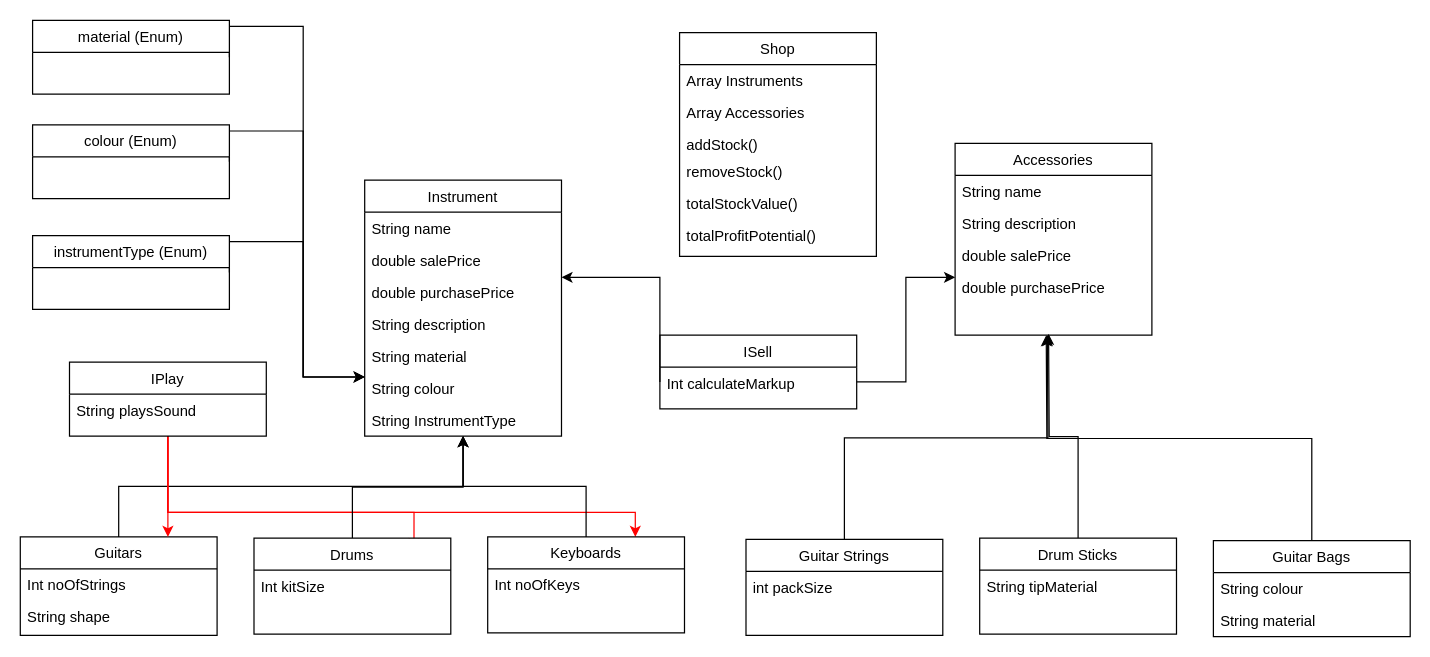
The draw.io diagram Class_Diagram.drawio in M5FGN/codeclan_homework_week12_weekend_music_shop, before the edit. Source tidied: cells renumbered, new cells numbered last; positions are measured from the earlier drawing's top-left corner, leaving out a move shared by most shapes. Both pictures are drawn from the tidied source at 123%, with x=0, y=0 at pixel (20, 20).
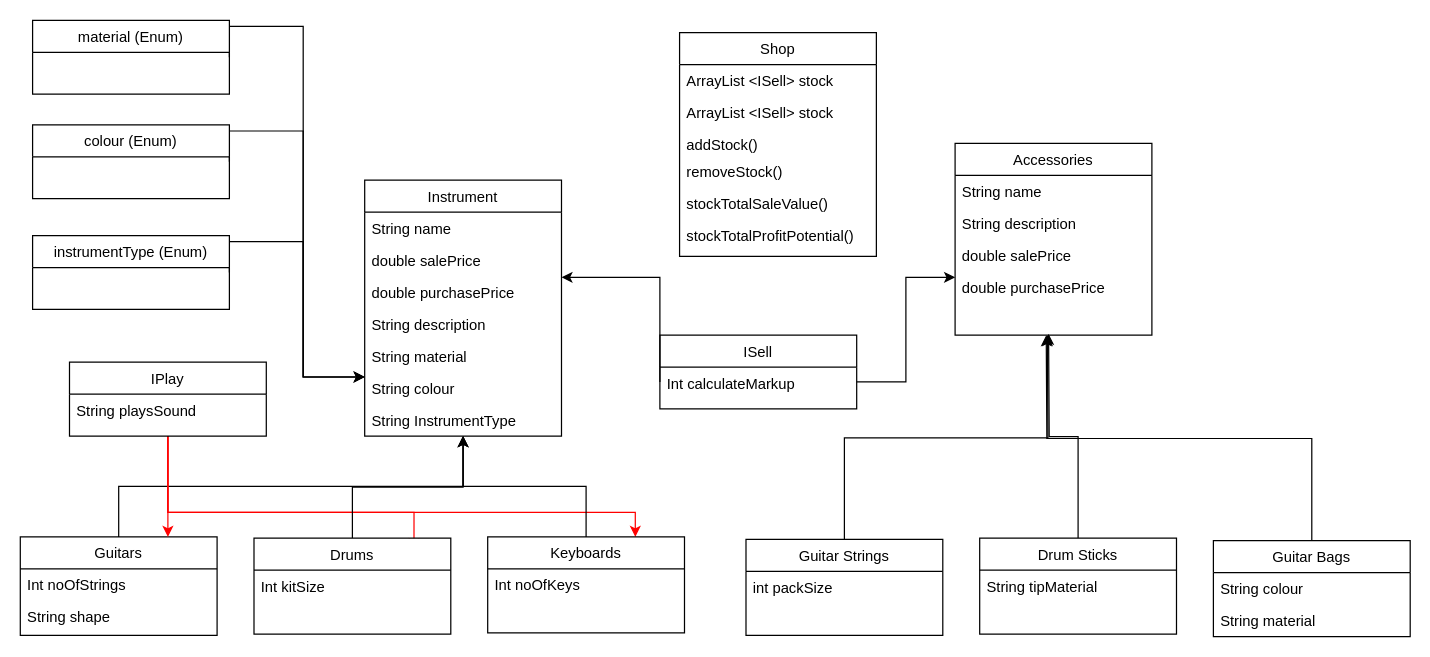
Above is the later version.

Commit message (it also covers changes not shown here):
Add shop and can add/remove stock

The change refers to these unchanged cells:
```xml
<mxCell id="2" value="Shop&#10;" style="swimlane;fontStyle=0;align=center;verticalAlign=top;horizontal=1;startSize=26;rounded=0;shadow=0;strokeWidth=1;" parent="1" vertex="1">
  <mxGeometry x="536" y="10" width="160" height="182" as="geometry" />
</mxCell>
```

What changed in the source:
```diff
@@
-    <mxCell id="3" value="Array Instruments" style="text;align=left;verticalAlign=top;spacingLeft=4;spacingRight=4;overflow=hidden;" parent="2" vertex="1">
+    <mxCell id="3" value="ArrayList &lt;ISell&gt; stock" style="text;align=left;verticalAlign=top;spacingLeft=4;spacingRight=4;overflow=hidden;" parent="2" vertex="1">
       <mxGeometry y="26" width="160" height="26" as="geometry" />
     </mxCell>
-    <mxCell id="4" value="Array Accessories" style="text;align=left;verticalAlign=top;spacingLeft=4;spacingRight=4;overflow=hidden;" parent="2" vertex="1">
-      <mxGeometry y="52" width="160" height="26" as="geometry" />
-    </mxCell>
+    <mxCell id="57" value="ArrayList &lt;ISell&gt; stock" style="text;align=left;verticalAlign=top;spacingLeft=4;spacingRight=4;overflow=hidden;" parent="2" vertex="1">
+      <mxGeometry y="52" width="160" height="26" as="geometry" />
+    </mxCell>
@@
-    <mxCell id="7" value="totalStockValue()" style="text;align=left;verticalAlign=top;spacingLeft=4;spacingRight=4;overflow=hidden;" parent="2" vertex="1">
+    <mxCell id="7" value="stockTotalSaleValue()" style="text;align=left;verticalAlign=top;spacingLeft=4;spacingRight=4;overflow=hidden;" parent="2" vertex="1">
       <mxGeometry y="126" width="160" height="26" as="geometry" />
     </mxCell>
-    <mxCell id="8" value="totalProfitPotential()" style="text;align=left;verticalAlign=top;spacingLeft=4;spacingRight=4;overflow=hidden;" parent="2" vertex="1">
+    <mxCell id="8" value="stockTotalProfitPotential()" style="text;align=left;verticalAlign=top;spacingLeft=4;spacingRight=4;overflow=hidden;" parent="2" vertex="1">
       <mxGeometry y="152" width="160" height="26" as="geometry" />
     </mxCell>
```
